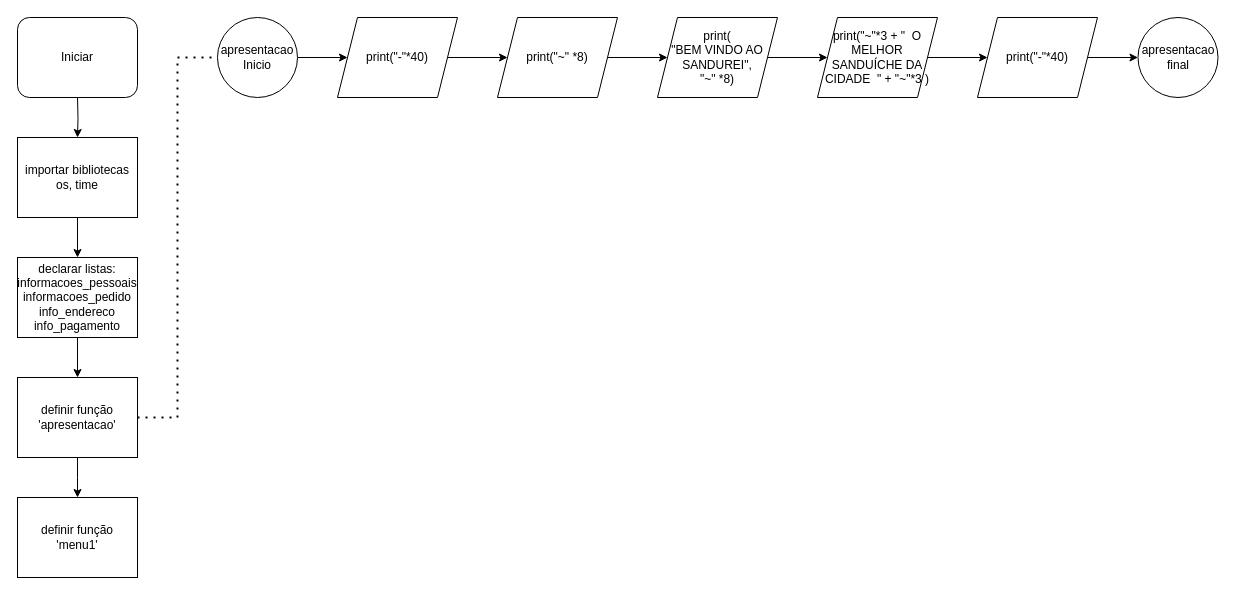
The draw.io diagram Projeto 1/fluxo.drawio in alsantosad/SENAC_RESILIA_ANALISE_DE_DADOS, before the edit. Source tidied: cells renumbered, new cells numbered last; positions are measured from the earlier drawing's top-left corner, leaving out a move shared by most shapes. Both pictures are drawn from the tidied source at 100%, with x=0, y=0 at pixel (17, 17).
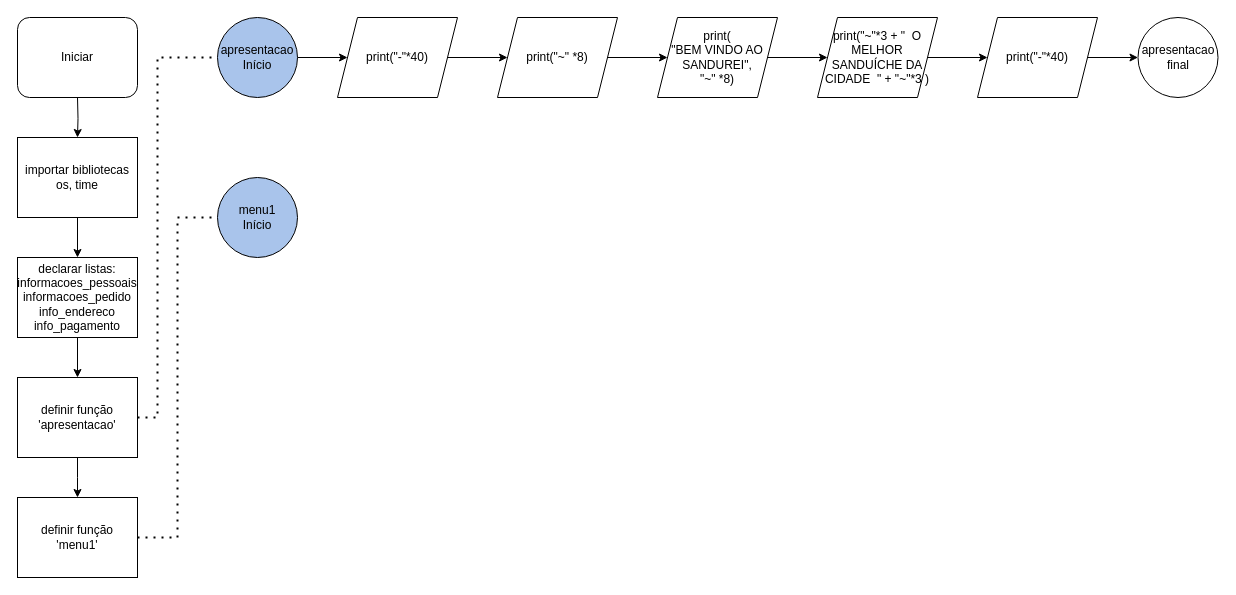
After the change.

The change refers to these unchanged cells:
```xml
<mxCell id="9" value="&lt;div&gt;definir função&lt;/div&gt;&lt;div&gt;'apresentacao'&lt;br&gt;&lt;/div&gt;" style="rounded=0;whiteSpace=wrap;html=1;" parent="1" vertex="1">
  <mxGeometry y="360" width="120" height="80" as="geometry" />
</mxCell>
<mxCell id="24" value="&lt;div&gt;definir função&lt;/div&gt;&lt;div&gt;'menu1'&lt;br&gt;&lt;/div&gt;" style="rounded=0;whiteSpace=wrap;html=1;" parent="1" vertex="1">
  <mxGeometry y="480" width="120" height="80" as="geometry" />
</mxCell>
```

Diff of the diagram source:
```diff
@@
-    <mxCell id="11" value="&lt;div&gt;apresentacao&lt;/div&gt;&lt;div&gt;Inicio&lt;/div&gt;" style="ellipse;whiteSpace=wrap;html=1;" parent="1" vertex="1">
+    <mxCell id="11" value="&lt;div&gt;apresentacao&lt;/div&gt;&lt;div&gt;Início&lt;/div&gt;" style="ellipse;whiteSpace=wrap;html=1;fillColor=#A9C4EB;" parent="1" vertex="1">
       <mxGeometry x="200" width="80" height="80" as="geometry" />
     </mxCell>
@@
     <mxCell id="23" style="endArrow=none;dashed=1;html=1;dashPattern=1 3;strokeWidth=2;rounded=0;exitX=1;exitY=0.5;exitDx=0;exitDy=0;entryX=0;entryY=0.5;entryDx=0;entryDy=0;" parent="1" edge="1" source="9" target="11">
       <mxGeometry relative="1" as="geometry">
         <Array as="points">
-          <mxPoint x="160" y="400" />
-          <mxPoint x="160" y="40" />
+          <mxPoint x="140" y="400" />
+          <mxPoint x="140" y="40" />
         </Array>
       </mxGeometry>
     </mxCell>
@@
+    <mxCell id="25" value="&lt;div&gt;menu1&lt;/div&gt;&lt;div&gt;Início&lt;/div&gt;" style="ellipse;whiteSpace=wrap;html=1;fillColor=#A9C4EB;" parent="1" vertex="1">
+      <mxGeometry x="200" y="160" width="80" height="80" as="geometry" />
+    </mxCell>
+    <mxCell id="26" style="endArrow=none;dashed=1;html=1;dashPattern=1 3;strokeWidth=2;rounded=0;exitX=1;exitY=0.5;exitDx=0;exitDy=0;entryX=0;entryY=0.5;entryDx=0;entryDy=0;" parent="1" edge="1" source="24" target="25">
+      <mxGeometry relative="1" as="geometry">
+        <Array as="points">
+          <mxPoint x="160" y="520" />
+          <mxPoint x="160" y="200" />
+        </Array>
+      </mxGeometry>
+    </mxCell>
```
